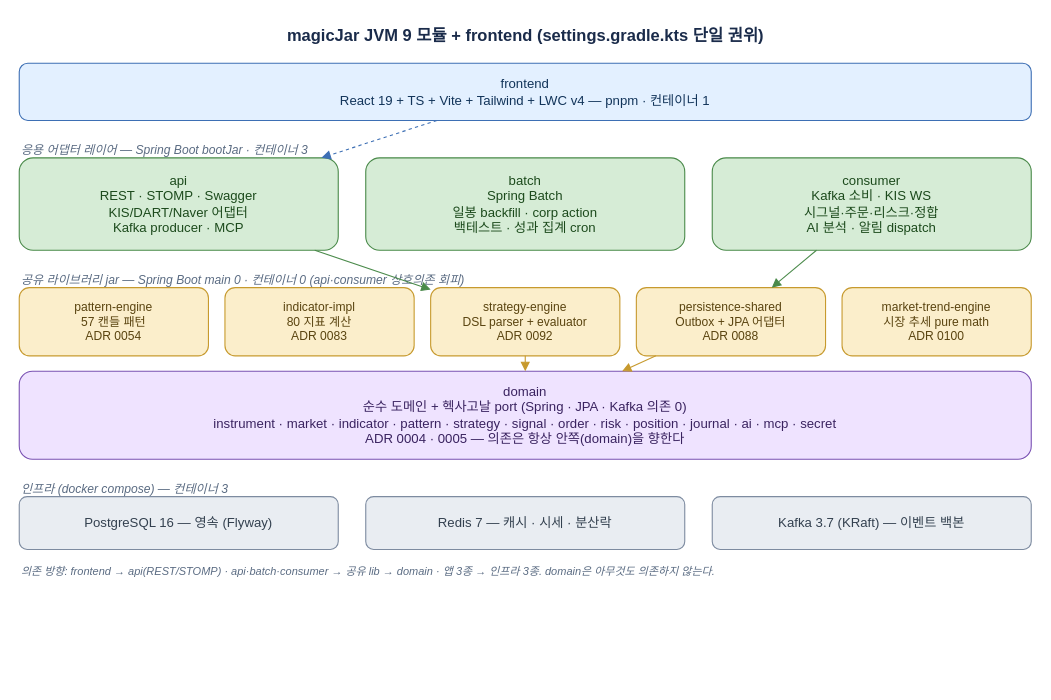
sp-daewoon/magicJar keeps this draw.io diagram as docs/architecture/diagrams/onboarding-module-map.drawio. Above is the earlier version. Source tidied: cells renumbered, new cells numbered last; positions are measured from the earlier drawing's top-left corner, leaving out a move shared by most shapes. Both pictures are drawn from the tidied source at 110%, with x=0, y=0 at pixel (19, 19).
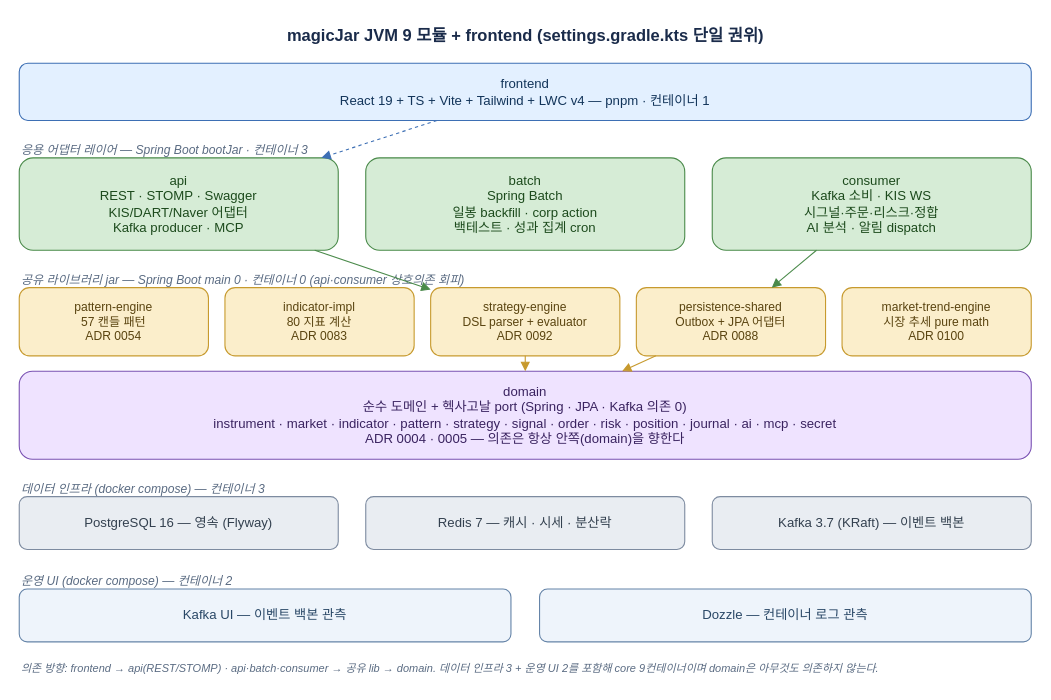
The same diagram, later.

Commit message (it also covers changes not shown here):
docs(architecture): resolve onboarding factual blockers

Diff of the diagram source:
```diff
@@
-    <mxCell id="15" value="인프라 (docker compose) — 컨테이너 3" style="text;html=1;fontSize=11;fontStyle=2;align=left;fillColor=none;fontColor=#5a6b82;" parent="1" vertex="1">
+    <mxCell id="15" value="데이터 인프라 (docker compose) — 컨테이너 3" style="text;html=1;fontSize=11;fontStyle=2;align=left;fillColor=none;fontColor=#5a6b82;" parent="1" vertex="1">
       <mxGeometry y="414" width="920" height="16" as="geometry" />
     </mxCell>
@@
+    <mxCell id="25" value="운영 UI (docker compose) — 컨테이너 2" style="text;html=1;fontSize=11;fontStyle=2;align=left;fillColor=none;fontColor=#5a6b82;" parent="1" vertex="1">
+      <mxGeometry y="498" width="920" height="16" as="geometry" />
+    </mxCell>
+    <mxCell id="26" value="Kafka UI — 이벤트 백본 관측" style="rounded=1;whiteSpace=wrap;html=1;fillColor=#eef4fb;strokeColor=#6584a8;fontColor=#294766;fontSize=12;" parent="1" vertex="1">
+      <mxGeometry y="518" width="447" height="48" as="geometry" />
+    </mxCell>
+    <mxCell id="27" value="Dozzle — 컨테이너 로그 관측" style="rounded=1;whiteSpace=wrap;html=1;fillColor=#eef4fb;strokeColor=#6584a8;fontColor=#294766;fontSize=12;" parent="1" vertex="1">
+      <mxGeometry x="473" y="518" width="447" height="48" as="geometry" />
+    </mxCell>
-    <mxCell id="19" value="의존 방향: frontend → api(REST/STOMP) · api·batch·consumer → 공유 lib → domain · 앱 3종 → 인프라 3종. domain은 아무것도 의존하지 않는다." style="text;html=1;fontSize=10;fontStyle=2;align=left;fillColor=none;fontColor=#5a6b82;" parent="1" vertex="1">
-      <mxGeometry y="490" width="920" height="24" as="geometry" />
+    <mxCell id="19" value="의존 방향: frontend → api(REST/STOMP) · api·batch·consumer → 공유 lib → domain. 데이터 인프라 3 + 운영 UI 2를 포함해 core 9컨테이너이며 domain은 아무것도 의존하지 않는다." style="text;html=1;fontSize=10;fontStyle=2;align=left;fillColor=none;fontColor=#5a6b82;" parent="1" vertex="1">
+      <mxGeometry y="578" width="920" height="24" as="geometry" />
     </mxCell>
```
